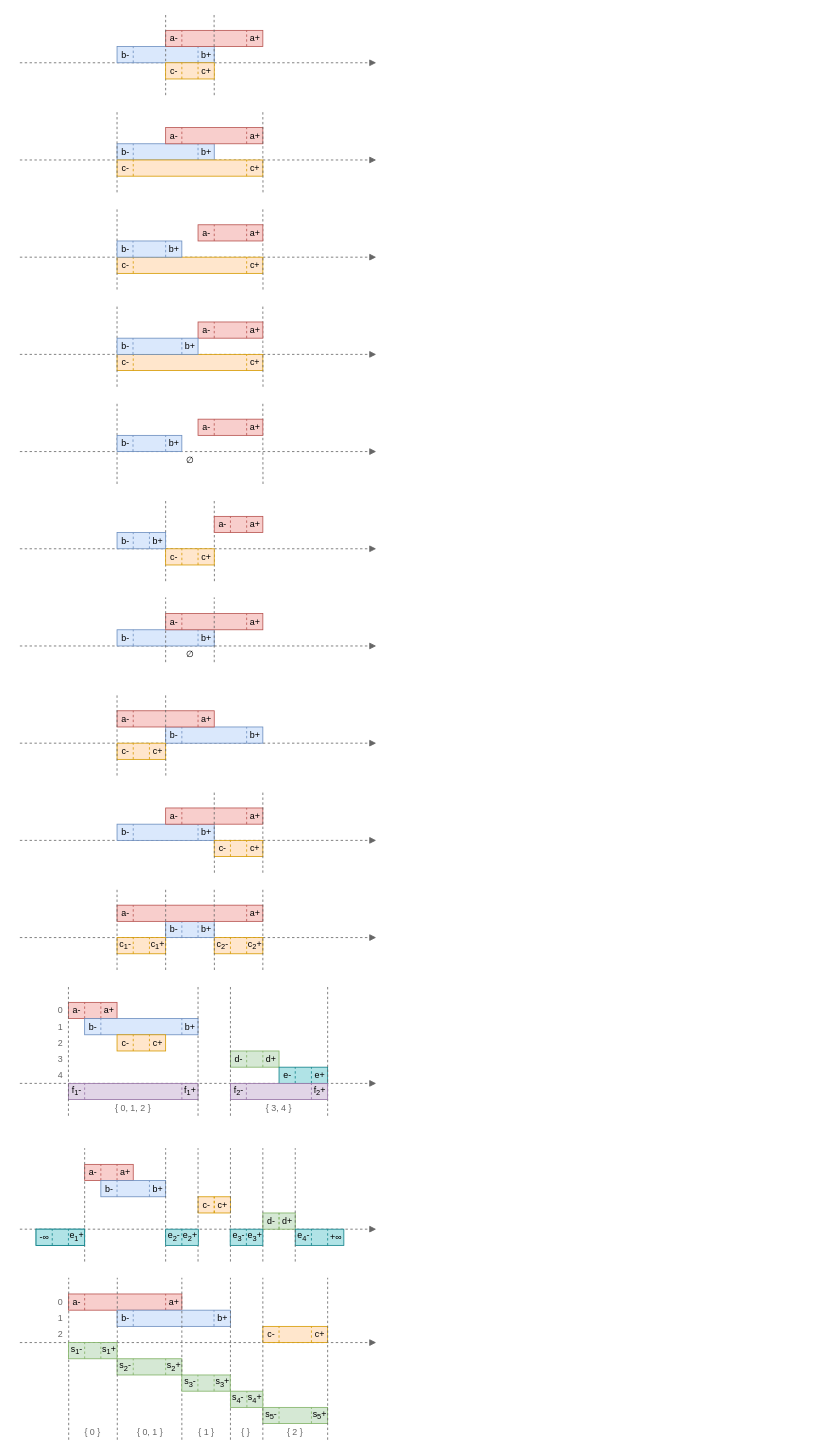
Earlier version of the draw.io diagram page "Algorithms" (5 of 7) of res/resources.drawio (gchudnov/mindthegap). Source tidied: cells renumbered, new cells numbered last; positions are measured from the earlier drawing's top-left corner, leaving out a move shared by most shapes. Both pictures are drawn from the tidied source at 81%, with x=0, y=0 at pixel (19, 14).
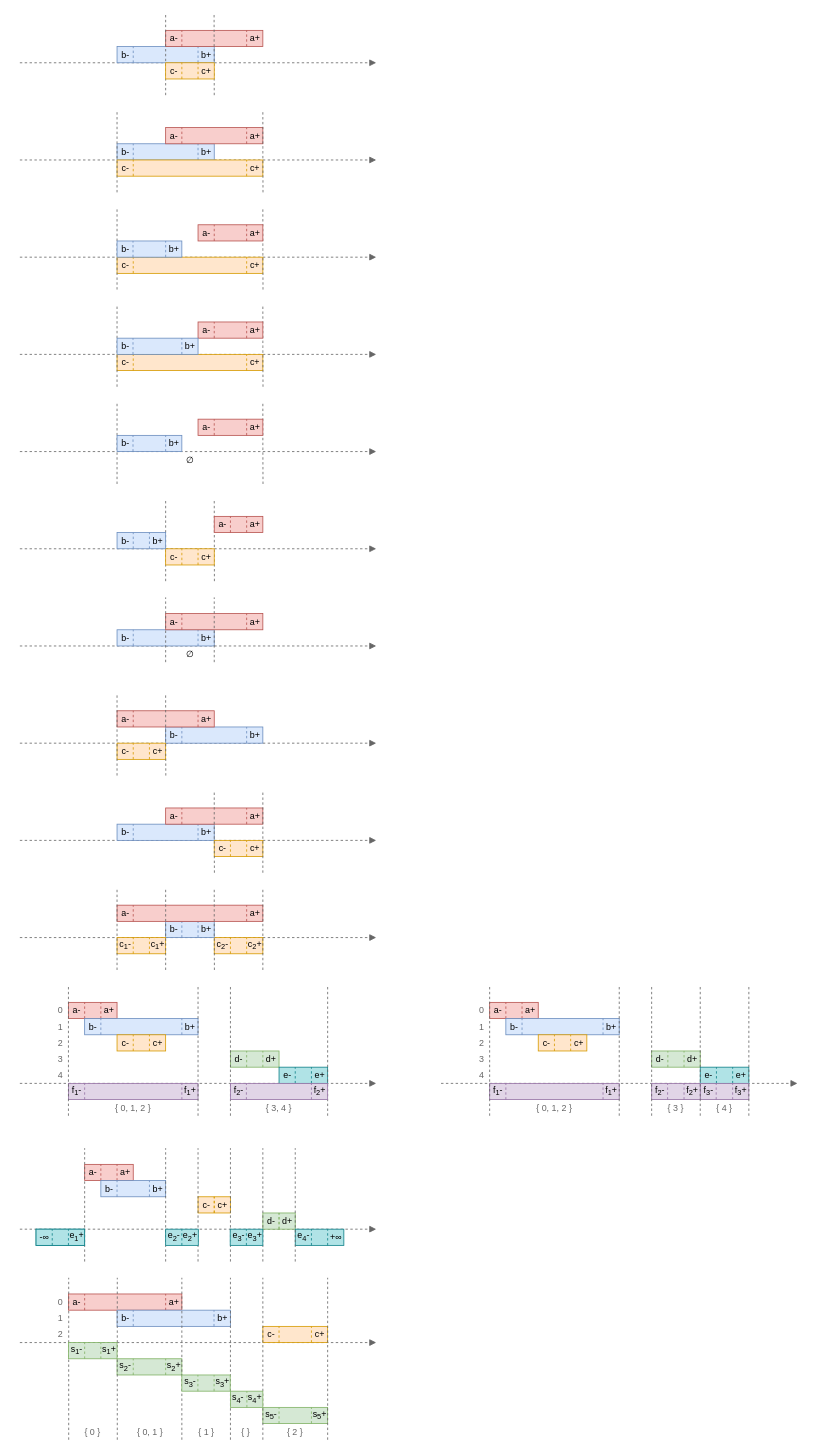
The same diagram, later.

Diff of the diagram source:
```diff
@@
+    <mxCell id="373" style="endArrow=block;html=1;fontSize=12;strokeWidth=1;fillColor=#f5f5f5;strokeColor=#666666;endFill=1;dashed=1;" parent="1" edge="1">
+      <mxGeometry relative="1" as="geometry">
+        <mxPoint x="520" y="1320" as="sourcePoint" />
+        <mxPoint x="960" y="1320" as="targetPoint" />
+      </mxGeometry>
+    </mxCell>
+    <mxCell id="374" style="group;" parent="1" vertex="1">
+      <mxGeometry x="580" y="1220" width="60" height="20" as="geometry" />
+    </mxCell>
+    <mxCell id="375" style="rounded=0;whiteSpace=wrap;html=1;fontSize=12;strokeWidth=1;fillColor=#f8cecc;strokeColor=#b85450;" parent="374" vertex="1">
+      <mxGeometry width="60" height="20" as="geometry" />
+    </mxCell>
+    <mxCell id="376" value="&lt;p style=&quot;line-height: 1.2&quot;&gt;a-&lt;/p&gt;" style="text;html=1;strokeColor=none;fillColor=none;align=center;verticalAlign=middle;rounded=0;fontSize=11;labelPosition=center;verticalLabelPosition=middle;horizontal=1;" parent="374" vertex="1">
+      <mxGeometry width="20" height="20" as="geometry" />
+    </mxCell>
+    <mxCell id="377" value="a+" style="text;html=1;strokeColor=none;fillColor=none;align=center;verticalAlign=middle;rounded=0;fontSize=11;spacing=2;" parent="374" vertex="1">
+      <mxGeometry x="40" width="20" height="20" as="geometry" />
+    </mxCell>
+    <mxCell id="378" style="endArrow=none;dashed=1;html=1;strokeWidth=1;fontSize=11;fillColor=#f8cecc;strokeColor=#b85450;" parent="374" edge="1">
+      <mxGeometry relative="1" as="geometry">
+        <mxPoint x="40" y="20" as="sourcePoint" />
+        <mxPoint x="40" as="targetPoint" />
+      </mxGeometry>
+    </mxCell>
+    <mxCell id="379" style="endArrow=none;dashed=1;html=1;strokeWidth=1;fontSize=11;fillColor=#f8cecc;strokeColor=#b85450;" parent="374" edge="1">
+      <mxGeometry relative="1" as="geometry">
+        <mxPoint x="20" y="20" as="sourcePoint" />
+        <mxPoint x="20" as="targetPoint" />
+      </mxGeometry>
+    </mxCell>
+    <mxCell id="380" style="group;" parent="1" vertex="1">
+      <mxGeometry x="580" y="1320" width="160" height="20" as="geometry" />
+    </mxCell>
+    <mxCell id="381" style="rounded=0;whiteSpace=wrap;html=1;fontSize=12;strokeWidth=1;fillColor=#e1d5e7;strokeColor=#9673a6;" parent="380" vertex="1">
+      <mxGeometry width="160" height="20" as="geometry" />
+    </mxCell>
+    <mxCell id="382" value="&lt;p style=&quot;line-height: 1.2&quot;&gt;f&lt;sub&gt;1&lt;/sub&gt;-&lt;/p&gt;" style="text;html=1;strokeColor=none;fillColor=none;align=center;verticalAlign=middle;rounded=0;fontSize=11;labelPosition=center;verticalLabelPosition=middle;horizontal=1;" parent="380" vertex="1">
+      <mxGeometry width="20" height="20" as="geometry" />
+    </mxCell>
+    <mxCell id="383" value="f&lt;sub&gt;1&lt;/sub&gt;+" style="text;html=1;strokeColor=none;fillColor=none;align=center;verticalAlign=middle;rounded=0;fontSize=11;spacing=2;" parent="380" vertex="1">
+      <mxGeometry x="140" width="20" height="20" as="geometry" />
+    </mxCell>
+    <mxCell id="384" style="endArrow=none;dashed=1;html=1;strokeWidth=1;fontSize=11;fillColor=#e1d5e7;strokeColor=#9673a6;" parent="380" edge="1">
+      <mxGeometry relative="1" as="geometry">
+        <mxPoint x="140" y="20" as="sourcePoint" />
+        <mxPoint x="140" as="targetPoint" />
+      </mxGeometry>
+    </mxCell>
+    <mxCell id="385" style="endArrow=none;dashed=1;html=1;strokeWidth=1;fontSize=11;fillColor=#e1d5e7;strokeColor=#9673a6;" parent="380" edge="1">
+      <mxGeometry relative="1" as="geometry">
+        <mxPoint x="20" y="20" as="sourcePoint" />
+        <mxPoint x="20" as="targetPoint" />
+      </mxGeometry>
+    </mxCell>
+    <mxCell id="386" style="group;" parent="1" vertex="1">
+      <mxGeometry x="600" y="1240" width="140" height="20" as="geometry" />
+    </mxCell>
+    <mxCell id="387" style="rounded=0;whiteSpace=wrap;html=1;fontSize=12;strokeWidth=1;fillColor=#dae8fc;strokeColor=#6c8ebf;" parent="386" vertex="1">
+      <mxGeometry width="140" height="20" as="geometry" />
+    </mxCell>
+    <mxCell id="388" value="&lt;p style=&quot;line-height: 1.2&quot;&gt;b-&lt;/p&gt;" style="text;html=1;strokeColor=none;fillColor=none;align=center;verticalAlign=middle;rounded=0;fontSize=11;labelPosition=center;verticalLabelPosition=middle;horizontal=1;" parent="386" vertex="1">
+      <mxGeometry width="20" height="20" as="geometry" />
+    </mxCell>
+    <mxCell id="389" value="b+" style="text;html=1;strokeColor=none;fillColor=none;align=center;verticalAlign=middle;rounded=0;fontSize=11;spacing=2;" parent="386" vertex="1">
+      <mxGeometry x="120" width="20" height="20" as="geometry" />
+    </mxCell>
+    <mxCell id="390" style="endArrow=none;dashed=1;html=1;strokeWidth=1;fontSize=11;fillColor=#dae8fc;strokeColor=#6c8ebf;" parent="386" edge="1">
+      <mxGeometry relative="1" as="geometry">
+        <mxPoint x="120" y="20" as="sourcePoint" />
+        <mxPoint x="120" as="targetPoint" />
+      </mxGeometry>
+    </mxCell>
+    <mxCell id="391" style="endArrow=none;dashed=1;html=1;strokeWidth=1;fontSize=11;fillColor=#dae8fc;strokeColor=#6c8ebf;" parent="386" edge="1">
+      <mxGeometry relative="1" as="geometry">
+        <mxPoint x="20" y="20" as="sourcePoint" />
+        <mxPoint x="20" as="targetPoint" />
+      </mxGeometry>
+    </mxCell>
+    <mxCell id="392" style="group;" parent="1" vertex="1">
+      <mxGeometry x="640" y="1260" width="60" height="20" as="geometry" />
+    </mxCell>
+    <mxCell id="393" style="rounded=0;whiteSpace=wrap;html=1;fontSize=12;strokeWidth=1;fillColor=#ffe6cc;strokeColor=#d79b00;" parent="392" vertex="1">
+      <mxGeometry width="60" height="20" as="geometry" />
+    </mxCell>
+    <mxCell id="394" value="&lt;p style=&quot;line-height: 1.2&quot;&gt;c-&lt;/p&gt;" style="text;html=1;strokeColor=none;fillColor=none;align=center;verticalAlign=middle;rounded=0;fontSize=11;labelPosition=center;verticalLabelPosition=middle;horizontal=1;" parent="392" vertex="1">
+      <mxGeometry width="20" height="20" as="geometry" />
+    </mxCell>
+    <mxCell id="395" value="c+" style="text;html=1;strokeColor=none;fillColor=none;align=center;verticalAlign=middle;rounded=0;fontSize=11;spacing=2;" parent="392" vertex="1">
+      <mxGeometry x="40" width="20" height="20" as="geometry" />
+    </mxCell>
+    <mxCell id="396" style="endArrow=none;dashed=1;html=1;strokeWidth=1;fontSize=11;fillColor=#ffe6cc;strokeColor=#d79b00;" parent="392" edge="1">
+      <mxGeometry relative="1" as="geometry">
+        <mxPoint x="40" y="20" as="sourcePoint" />
+        <mxPoint x="40" as="targetPoint" />
+      </mxGeometry>
+    </mxCell>
+    <mxCell id="397" style="endArrow=none;dashed=1;html=1;strokeWidth=1;fontSize=11;fillColor=#ffe6cc;strokeColor=#d79b00;" parent="392" edge="1">
+      <mxGeometry relative="1" as="geometry">
+        <mxPoint x="20" y="20" as="sourcePoint" />
+        <mxPoint x="20" as="targetPoint" />
+      </mxGeometry>
+    </mxCell>
+    <mxCell id="398" style="group;" parent="1" vertex="1">
+      <mxGeometry x="780" y="1280" width="60" height="20" as="geometry" />
+    </mxCell>
+    <mxCell id="399" style="rounded=0;whiteSpace=wrap;html=1;fontSize=12;strokeWidth=1;fillColor=#d5e8d4;strokeColor=#82b366;" parent="398" vertex="1">
+      <mxGeometry width="60" height="20" as="geometry" />
+    </mxCell>
+    <mxCell id="400" value="&lt;p style=&quot;line-height: 1.2&quot;&gt;d-&lt;/p&gt;" style="text;html=1;strokeColor=none;fillColor=none;align=center;verticalAlign=middle;rounded=0;fontSize=11;labelPosition=center;verticalLabelPosition=middle;horizontal=1;" parent="398" vertex="1">
+      <mxGeometry width="20" height="20" as="geometry" />
+    </mxCell>
+    <mxCell id="401" value="d+" style="text;html=1;strokeColor=none;fillColor=none;align=center;verticalAlign=middle;rounded=0;fontSize=11;spacing=2;" parent="398" vertex="1">
+      <mxGeometry x="40" width="20" height="20" as="geometry" />
+    </mxCell>
+    <mxCell id="402" style="endArrow=none;dashed=1;html=1;strokeWidth=1;fontSize=11;fillColor=#d5e8d4;strokeColor=#82b366;" parent="398" edge="1">
+      <mxGeometry relative="1" as="geometry">
+        <mxPoint x="40" y="20" as="sourcePoint" />
+        <mxPoint x="40" as="targetPoint" />
+      </mxGeometry>
+    </mxCell>
+    <mxCell id="403" style="endArrow=none;dashed=1;html=1;strokeWidth=1;fontSize=11;fillColor=#d5e8d4;strokeColor=#82b366;" parent="398" edge="1">
+      <mxGeometry relative="1" as="geometry">
+        <mxPoint x="20" y="20" as="sourcePoint" />
+        <mxPoint x="20" as="targetPoint" />
+      </mxGeometry>
+    </mxCell>
+    <mxCell id="404" style="group;" parent="1" vertex="1">
+      <mxGeometry x="840" y="1300" width="60" height="20" as="geometry" />
+    </mxCell>
+    <mxCell id="405" style="rounded=0;whiteSpace=wrap;html=1;fontSize=12;strokeWidth=1;fillColor=#b0e3e6;strokeColor=#0e8088;" parent="404" vertex="1">
+      <mxGeometry width="60" height="20" as="geometry" />
+    </mxCell>
+    <mxCell id="406" value="&lt;p style=&quot;line-height: 1.2&quot;&gt;e-&lt;/p&gt;" style="text;html=1;strokeColor=none;fillColor=none;align=center;verticalAlign=middle;rounded=0;fontSize=11;labelPosition=center;verticalLabelPosition=middle;horizontal=1;" parent="404" vertex="1">
+      <mxGeometry width="20" height="20" as="geometry" />
+    </mxCell>
+    <mxCell id="407" value="e+" style="text;html=1;strokeColor=none;fillColor=none;align=center;verticalAlign=middle;rounded=0;fontSize=11;spacing=2;" parent="404" vertex="1">
+      <mxGeometry x="40" width="20" height="20" as="geometry" />
+    </mxCell>
+    <mxCell id="408" style="endArrow=none;dashed=1;html=1;strokeWidth=1;fontSize=11;fillColor=#b0e3e6;strokeColor=#0e8088;" parent="404" edge="1">
+      <mxGeometry relative="1" as="geometry">
+        <mxPoint x="40" y="20" as="sourcePoint" />
+        <mxPoint x="40" as="targetPoint" />
+      </mxGeometry>
+    </mxCell>
+    <mxCell id="409" style="endArrow=none;dashed=1;html=1;strokeWidth=1;fontSize=11;fillColor=#b0e3e6;strokeColor=#0e8088;" parent="404" edge="1">
+      <mxGeometry relative="1" as="geometry">
+        <mxPoint x="20" y="20" as="sourcePoint" />
+        <mxPoint x="20" as="targetPoint" />
+      </mxGeometry>
+    </mxCell>
+    <mxCell id="410" style="endArrow=none;dashed=1;html=1;strokeWidth=1;fontSize=11;fillColor=#f5f5f5;strokeColor=#666666;" parent="1" edge="1">
+      <mxGeometry relative="1" as="geometry">
+        <mxPoint x="740" y="1360" as="sourcePoint" />
+        <mxPoint x="740" y="1200" as="targetPoint" />
+      </mxGeometry>
+    </mxCell>
+    <mxCell id="411" style="endArrow=none;dashed=1;html=1;strokeWidth=1;fontSize=11;fillColor=#f5f5f5;strokeColor=#666666;" parent="1" edge="1">
+      <mxGeometry relative="1" as="geometry">
+        <mxPoint x="580" y="1360" as="sourcePoint" />
+        <mxPoint x="580" y="1200" as="targetPoint" />
+      </mxGeometry>
+    </mxCell>
+    <mxCell id="412" value="{ 0, 1, 2 }" style="text;html=1;strokeColor=none;fillColor=none;align=center;verticalAlign=middle;whiteSpace=wrap;rounded=0;fontColor=#666666;fontSize=11;" parent="1" vertex="1">
+      <mxGeometry x="630" y="1340" width="60" height="20" as="geometry" />
+    </mxCell>
+    <mxCell id="413" value="{ 3 }" style="text;html=1;strokeColor=none;fillColor=none;align=center;verticalAlign=middle;whiteSpace=wrap;rounded=0;fontColor=#666666;fontSize=11;" parent="1" vertex="1">
+      <mxGeometry x="780" y="1340" width="60" height="20" as="geometry" />
+    </mxCell>
+    <mxCell id="414" value="&lt;p style=&quot;line-height: 1.2&quot;&gt;0&lt;/p&gt;" style="text;html=1;strokeColor=none;fillColor=none;align=center;verticalAlign=middle;rounded=0;fontSize=11;labelPosition=center;verticalLabelPosition=middle;horizontal=1;fontColor=#666666;" parent="1" vertex="1">
+      <mxGeometry x="560" y="1220" width="20" height="20" as="geometry" />
+    </mxCell>
+    <mxCell id="415" value="&lt;p style=&quot;line-height: 1.2&quot;&gt;1&lt;/p&gt;" style="text;html=1;strokeColor=none;fillColor=none;align=center;verticalAlign=middle;rounded=0;fontSize=11;labelPosition=center;verticalLabelPosition=middle;horizontal=1;fontColor=#666666;" parent="1" vertex="1">
+      <mxGeometry x="560" y="1240" width="20" height="20" as="geometry" />
+    </mxCell>
+    <mxCell id="416" value="&lt;p style=&quot;line-height: 1.2&quot;&gt;2&lt;/p&gt;" style="text;html=1;strokeColor=none;fillColor=none;align=center;verticalAlign=middle;rounded=0;fontSize=11;labelPosition=center;verticalLabelPosition=middle;horizontal=1;fontColor=#666666;" parent="1" vertex="1">
+      <mxGeometry x="560" y="1260" width="20" height="20" as="geometry" />
+    </mxCell>
+    <mxCell id="417" value="&lt;p style=&quot;line-height: 1.2&quot;&gt;3&lt;/p&gt;" style="text;html=1;strokeColor=none;fillColor=none;align=center;verticalAlign=middle;rounded=0;fontSize=11;labelPosition=center;verticalLabelPosition=middle;horizontal=1;fontColor=#666666;" parent="1" vertex="1">
+      <mxGeometry x="560" y="1280" width="20" height="20" as="geometry" />
+    </mxCell>
+    <mxCell id="418" value="&lt;p style=&quot;line-height: 1.2&quot;&gt;4&lt;/p&gt;" style="text;html=1;strokeColor=none;fillColor=none;align=center;verticalAlign=middle;rounded=0;fontSize=11;labelPosition=center;verticalLabelPosition=middle;horizontal=1;fontColor=#666666;" parent="1" vertex="1">
+      <mxGeometry x="560.3" y="1300" width="20" height="20" as="geometry" />
+    </mxCell>
+    <mxCell id="419" value="{ 4 }" style="text;html=1;strokeColor=none;fillColor=none;align=center;verticalAlign=middle;whiteSpace=wrap;rounded=0;fontColor=#666666;fontSize=11;" parent="1" vertex="1">
+      <mxGeometry x="840" y="1340" width="60" height="20" as="geometry" />
+    </mxCell>
+    <mxCell id="420" style="group;" parent="1" vertex="1">
+      <mxGeometry x="839.7" y="1320" width="60.3" height="20" as="geometry" />
+    </mxCell>
+    <mxCell id="421" style="rounded=0;whiteSpace=wrap;html=1;fontSize=12;strokeWidth=1;fillColor=#e1d5e7;strokeColor=#9673a6;" parent="420" vertex="1">
+      <mxGeometry x="0.3" width="60" height="20" as="geometry" />
+    </mxCell>
+    <mxCell id="422" value="&lt;p style=&quot;line-height: 1.2&quot;&gt;f&lt;sub&gt;3&lt;/sub&gt;-&lt;/p&gt;" style="text;html=1;strokeColor=none;fillColor=none;align=center;verticalAlign=middle;rounded=0;fontSize=11;labelPosition=center;verticalLabelPosition=middle;horizontal=1;" parent="420" vertex="1">
+      <mxGeometry width="20" height="20" as="geometry" />
+    </mxCell>
+    <mxCell id="423" value="f&lt;sub&gt;3&lt;/sub&gt;+" style="text;html=1;strokeColor=none;fillColor=none;align=center;verticalAlign=middle;rounded=0;fontSize=11;spacing=2;" parent="420" vertex="1">
+      <mxGeometry x="40.3" width="20" height="20" as="geometry" />
+    </mxCell>
+    <mxCell id="424" style="endArrow=none;dashed=1;html=1;strokeWidth=1;fontSize=11;fillColor=#e1d5e7;strokeColor=#9673a6;" parent="420" edge="1">
+      <mxGeometry relative="1" as="geometry">
+        <mxPoint x="40.3" y="20" as="sourcePoint" />
+        <mxPoint x="40.3" as="targetPoint" />
+      </mxGeometry>
+    </mxCell>
+    <mxCell id="425" style="endArrow=none;dashed=1;html=1;strokeWidth=1;fontSize=11;fillColor=#e1d5e7;strokeColor=#9673a6;" parent="420" edge="1">
+      <mxGeometry relative="1" as="geometry">
+        <mxPoint x="20" y="20" as="sourcePoint" />
+        <mxPoint x="20" as="targetPoint" />
+      </mxGeometry>
+    </mxCell>
+    <mxCell id="426" style="group;" parent="1" vertex="1">
+      <mxGeometry x="779.7" y="1320" width="60.3" height="20" as="geometry" />
+    </mxCell>
+    <mxCell id="427" style="rounded=0;whiteSpace=wrap;html=1;fontSize=12;strokeWidth=1;fillColor=#e1d5e7;strokeColor=#9673a6;" parent="426" vertex="1">
+      <mxGeometry x="0.3" width="60" height="20" as="geometry" />
+    </mxCell>
+    <mxCell id="428" value="&lt;p style=&quot;line-height: 1.2&quot;&gt;f&lt;sub&gt;2&lt;/sub&gt;-&lt;/p&gt;" style="text;html=1;strokeColor=none;fillColor=none;align=center;verticalAlign=middle;rounded=0;fontSize=11;labelPosition=center;verticalLabelPosition=middle;horizontal=1;" parent="426" vertex="1">
+      <mxGeometry width="20" height="20" as="geometry" />
+    </mxCell>
+    <mxCell id="429" value="f&lt;sub&gt;2&lt;/sub&gt;+" style="text;html=1;strokeColor=none;fillColor=none;align=center;verticalAlign=middle;rounded=0;fontSize=11;spacing=2;" parent="426" vertex="1">
+      <mxGeometry x="40.3" width="20" height="20" as="geometry" />
+    </mxCell>
+    <mxCell id="430" style="endArrow=none;dashed=1;html=1;strokeWidth=1;fontSize=11;fillColor=#e1d5e7;strokeColor=#9673a6;" parent="426" edge="1">
+      <mxGeometry relative="1" as="geometry">
+        <mxPoint x="40.3" y="20" as="sourcePoint" />
+        <mxPoint x="40.3" as="targetPoint" />
+      </mxGeometry>
+    </mxCell>
+    <mxCell id="431" style="endArrow=none;dashed=1;html=1;strokeWidth=1;fontSize=11;fillColor=#e1d5e7;strokeColor=#9673a6;" parent="426" edge="1">
+      <mxGeometry relative="1" as="geometry">
+        <mxPoint x="20" y="20" as="sourcePoint" />
+        <mxPoint x="20" as="targetPoint" />
+      </mxGeometry>
+    </mxCell>
+    <mxCell id="432" style="endArrow=none;dashed=1;html=1;strokeWidth=1;fontSize=11;fillColor=#f5f5f5;strokeColor=#666666;" parent="1" edge="1">
+      <mxGeometry relative="1" as="geometry">
+        <mxPoint x="900" y="1360" as="sourcePoint" />
+        <mxPoint x="900" y="1200" as="targetPoint" />
+      </mxGeometry>
+    </mxCell>
+    <mxCell id="433" style="endArrow=none;dashed=1;html=1;strokeWidth=1;fontSize=11;fillColor=#f5f5f5;strokeColor=#666666;" parent="1" edge="1">
+      <mxGeometry relative="1" as="geometry">
+        <mxPoint x="780" y="1360" as="sourcePoint" />
+        <mxPoint x="780" y="1200" as="targetPoint" />
+      </mxGeometry>
+    </mxCell>
+    <mxCell id="434" style="endArrow=none;dashed=1;html=1;strokeWidth=1;fontSize=11;fillColor=#f5f5f5;strokeColor=#666666;" parent="1" edge="1">
+      <mxGeometry relative="1" as="geometry">
+        <mxPoint x="840" y="1360" as="sourcePoint" />
+        <mxPoint x="840" y="1200" as="targetPoint" />
+      </mxGeometry>
+    </mxCell>
```
